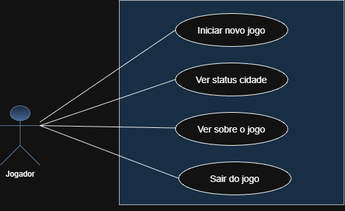
The draw.io diagram casos-de-uso/Casos de uso.drawio.png in joaovictorVsales/Bolonha-e-Milano-Mons-edition, before a commit. Source tidied: cells renumbered, new cells last; positions are measured from the earlier drawing's top-left corner, leaving out a move shared by most shapes.
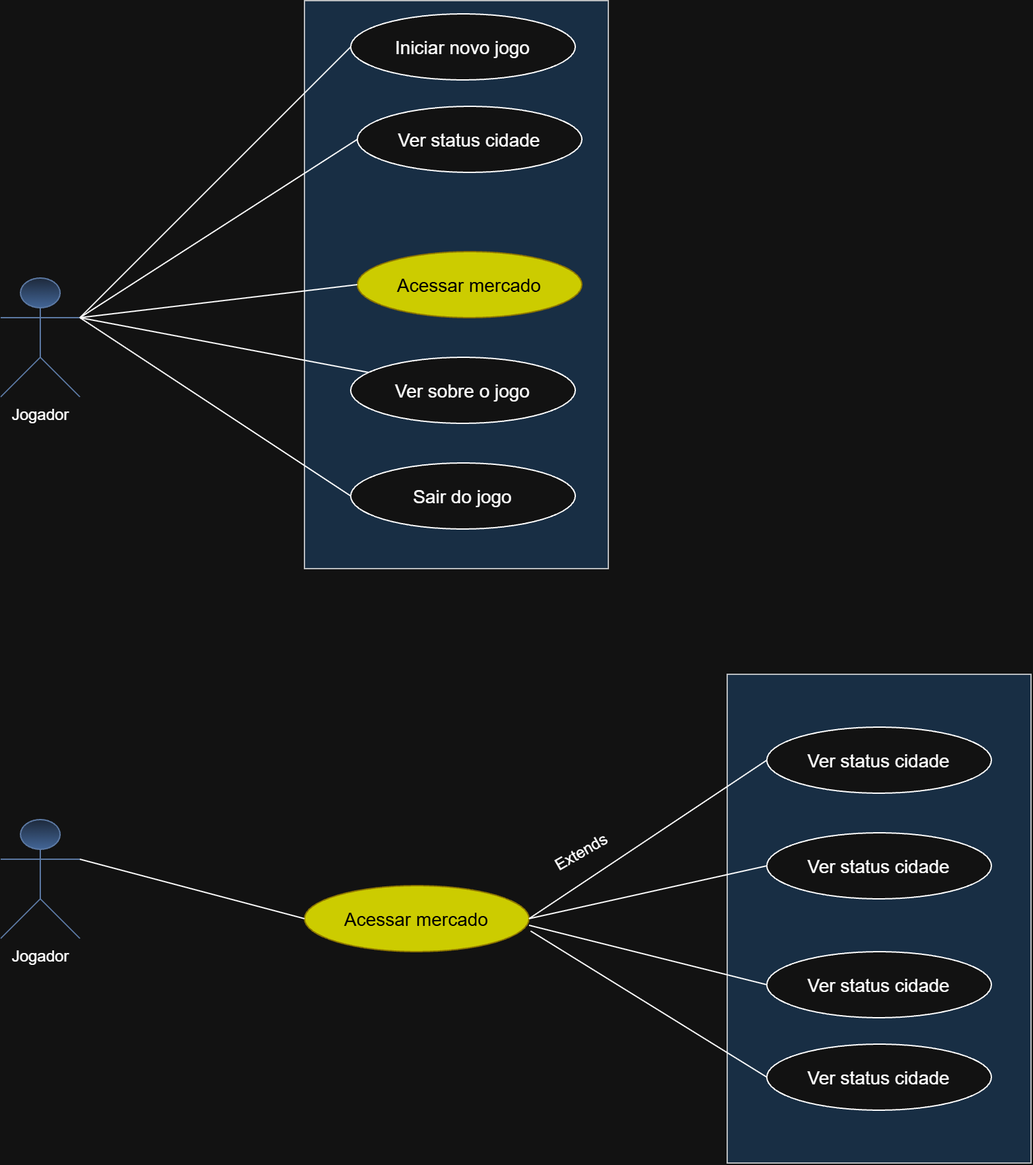
The same diagram one commit later.

Commit message:
Casos de uso (ETAPA 3)

The edit, as a diff of the source:
```diff
@@ -6,19 +6,19 @@
       <mxGeometry y="160" width="60" height="90" as="geometry" />
     </mxCell>
     <mxCell id="3" style="rounded=0;whiteSpace=wrap;html=1;fillColor=#cce5ff;strokeColor=#36393d;" parent="1" vertex="1">
-      <mxGeometry x="180" width="340" height="310" as="geometry" />
+      <mxGeometry x="230" y="-50" width="230" height="430" as="geometry" />
     </mxCell>
     <mxCell id="4" value="&lt;font style=&quot;font-size: 14px;&quot;&gt;Iniciar novo jogo&lt;/font&gt;" style="ellipse;whiteSpace=wrap;html=1;shapeInside=1;" parent="1" vertex="1">
-      <mxGeometry x="265" y="20" width="170" height="50" as="geometry" />
+      <mxGeometry x="265" y="-40" width="170" height="50" as="geometry" />
     </mxCell>
-    <mxCell id="5" style="endArrow=none;html=1;rounded=0;defaultLabelBackgroundColor=page;labelPadding=0 4;entryX=0;entryY=0.5;entryDx=0;entryDy=0;" parent="1" edge="1" source="2" target="4">
+    <mxCell id="5" style="endArrow=none;html=1;rounded=0;defaultLabelBackgroundColor=page;labelPadding=0 4;entryX=0;entryY=0.5;entryDx=0;entryDy=0;exitX=1;exitY=0.3333333333333333;exitDx=0;exitDy=0;exitPerimeter=0;" parent="1" edge="1" source="2" target="4">
       <mxGeometry relative="1" as="geometry" />
     </mxCell>
     <mxCell id="6" value="Ver sobre o jogo" style="ellipse;whiteSpace=wrap;html=1;shapeInside=1;fontSize=14;" parent="1" vertex="1">
-      <mxGeometry x="265" y="170" width="170" height="50" as="geometry" />
+      <mxGeometry x="265" y="220" width="170" height="50" as="geometry" />
     </mxCell>
     <mxCell id="7" value="Sair do jogo" style="ellipse;whiteSpace=wrap;html=1;shapeInside=1;fontSize=14;" parent="1" vertex="1">
-      <mxGeometry x="270" y="245" width="170" height="50" as="geometry" />
+      <mxGeometry x="265" y="300" width="170" height="50" as="geometry" />
     </mxCell>
     <mxCell id="8" style="endArrow=none;html=1;rounded=0;defaultLabelBackgroundColor=page;labelPadding=0 4;exitX=1;exitY=0.3333333333333333;exitDx=0;exitDy=0;exitPerimeter=0;" parent="1" edge="1" source="2" target="6">
       <mxGeometry relative="1" as="geometry" />
@@ -30,10 +30,57 @@
       <mxGeometry relative="1" as="geometry" />
     </mxCell>
     <mxCell id="11" value="&lt;font style=&quot;font-size: 14px;&quot;&gt;Ver status cidade&lt;/font&gt;" style="ellipse;whiteSpace=wrap;html=1;shapeInside=1;" parent="1" vertex="1">
-      <mxGeometry x="265" y="95" width="170" height="50" as="geometry" />
+      <mxGeometry x="270" y="30" width="170" height="50" as="geometry" />
     </mxCell>
     <mxCell id="12" style="endArrow=none;html=1;rounded=0;defaultLabelBackgroundColor=page;labelPadding=0 4;entryX=0;entryY=0.5;entryDx=0;entryDy=0;exitX=1;exitY=0.3333333333333333;exitDx=0;exitDy=0;exitPerimeter=0;" parent="1" edge="1" source="2" target="11">
       <mxGeometry relative="1" as="geometry" />
     </mxCell>
+    <mxCell id="13" value="Acessar mercado" style="ellipse;whiteSpace=wrap;html=1;shapeInside=1;fontSize=14;fillColor=light-dark(#E3C800,#CCCC00);strokeColor=#B09500;fontColor=light-dark(#000000,#000000);" parent="1" vertex="1">
+      <mxGeometry x="270" y="140" width="170" height="50" as="geometry" />
+    </mxCell>
+    <mxCell id="14" style="endArrow=none;html=1;rounded=0;defaultLabelBackgroundColor=page;labelPadding=0 4;entryX=0;entryY=0.5;entryDx=0;entryDy=0;exitX=1;exitY=0.3333333333333333;exitDx=0;exitDy=0;exitPerimeter=0;" parent="1" edge="1" source="2" target="13">
+      <mxGeometry relative="1" as="geometry" />
+    </mxCell>
+    <mxCell id="15" style="rounded=0;whiteSpace=wrap;html=1;fillColor=#cce5ff;strokeColor=#36393d;" parent="1" vertex="1">
+      <mxGeometry x="550" y="460" width="230" height="370" as="geometry" />
+    </mxCell>
+    <mxCell id="16" value="&lt;font style=&quot;font-size: 14px;&quot;&gt;Ver status cidade&lt;/font&gt;" style="ellipse;whiteSpace=wrap;html=1;shapeInside=1;" parent="1" vertex="1">
+      <mxGeometry x="580" y="500" width="170" height="50" as="geometry" />
+    </mxCell>
+    <mxCell id="17" value="&lt;font style=&quot;font-size: 14px;&quot;&gt;Ver status cidade&lt;/font&gt;" style="ellipse;whiteSpace=wrap;html=1;shapeInside=1;" parent="1" vertex="1">
+      <mxGeometry x="580" y="580" width="170" height="50" as="geometry" />
+    </mxCell>
+    <mxCell id="18" value="&lt;font style=&quot;font-size: 14px;&quot;&gt;Ver status cidade&lt;/font&gt;" style="ellipse;whiteSpace=wrap;html=1;shapeInside=1;" parent="1" vertex="1">
+      <mxGeometry x="580" y="740" width="170" height="50" as="geometry" />
+    </mxCell>
+    <mxCell id="19" value="&lt;font style=&quot;font-size: 14px;&quot;&gt;Ver status cidade&lt;/font&gt;" style="ellipse;whiteSpace=wrap;html=1;shapeInside=1;" parent="1" vertex="1">
+      <mxGeometry x="580" y="670" width="170" height="50" as="geometry" />
+    </mxCell>
+    <mxCell id="20" value="Jogador" style="shape=umlActor;verticalLabelPosition=bottom;verticalAlign=top;html=1;outlineConnect=0;labelPerimeter=1;fillColor=#dae8fc;gradientColor=#7ea6e0;strokeColor=#6c8ebf;" parent="1" vertex="1">
+      <mxGeometry y="570" width="60" height="90" as="geometry" />
+    </mxCell>
+    <mxCell id="21" value="Acessar mercado" style="ellipse;whiteSpace=wrap;html=1;shapeInside=1;fontSize=14;fillColor=light-dark(#E3C800,#CCCC00);strokeColor=#B09500;fontColor=light-dark(#000000,#000000);" parent="1" vertex="1">
+      <mxGeometry x="230" y="620" width="170" height="50" as="geometry" />
+    </mxCell>
+    <mxCell id="22" style="endArrow=none;html=1;rounded=0;defaultLabelBackgroundColor=page;labelPadding=0 4;exitX=1;exitY=0.3333333333333333;exitDx=0;exitDy=0;exitPerimeter=0;entryX=0;entryY=0.5;entryDx=0;entryDy=0;" parent="1" edge="1" source="20" target="21">
+      <mxGeometry relative="1" as="geometry" />
+    </mxCell>
+    <mxCell id="23" style="endArrow=none;html=1;rounded=0;defaultLabelBackgroundColor=page;labelPadding=0 4;entryX=0;entryY=0.5;entryDx=0;entryDy=0;exitX=1;exitY=0.5;exitDx=0;exitDy=0;" parent="1" edge="1" source="21" target="16">
+      <mxGeometry relative="1" as="geometry" />
+    </mxCell>
+    <mxCell id="24" style="endArrow=none;html=1;rounded=0;defaultLabelBackgroundColor=page;labelPadding=0 4;entryX=0;entryY=0.5;entryDx=0;entryDy=0;exitX=1;exitY=0.5;exitDx=0;exitDy=0;" parent="1" edge="1" source="21" target="17">
+      <mxGeometry relative="1" as="geometry" />
+    </mxCell>
+    <mxCell id="25" style="endArrow=none;html=1;rounded=0;defaultLabelBackgroundColor=page;labelPadding=0 4;entryX=0;entryY=0.5;entryDx=0;entryDy=0;" parent="1" edge="1" target="19">
+      <mxGeometry relative="1" as="geometry">
+        <mxPoint x="400" y="650" as="sourcePoint" />
+      </mxGeometry>
+    </mxCell>
+    <mxCell id="26" style="endArrow=none;html=1;rounded=0;defaultLabelBackgroundColor=page;labelPadding=0 4;entryX=0;entryY=0.5;entryDx=0;entryDy=0;exitX=1.007;exitY=0.687;exitDx=0;exitDy=0;exitPerimeter=0;" parent="1" edge="1" source="21" target="18">
+      <mxGeometry relative="1" as="geometry" />
+    </mxCell>
+    <mxCell id="27" value="Extends" style="text;html=1;whiteSpace=wrap;strokeColor=none;fillColor=none;align=center;verticalAlign=middle;rounded=0;rotation=-30;" parent="1" vertex="1">
+      <mxGeometry x="410" y="580" width="60" height="30" as="geometry" />
+    </mxCell>
   </root>
 </mxGraphModel>
```
